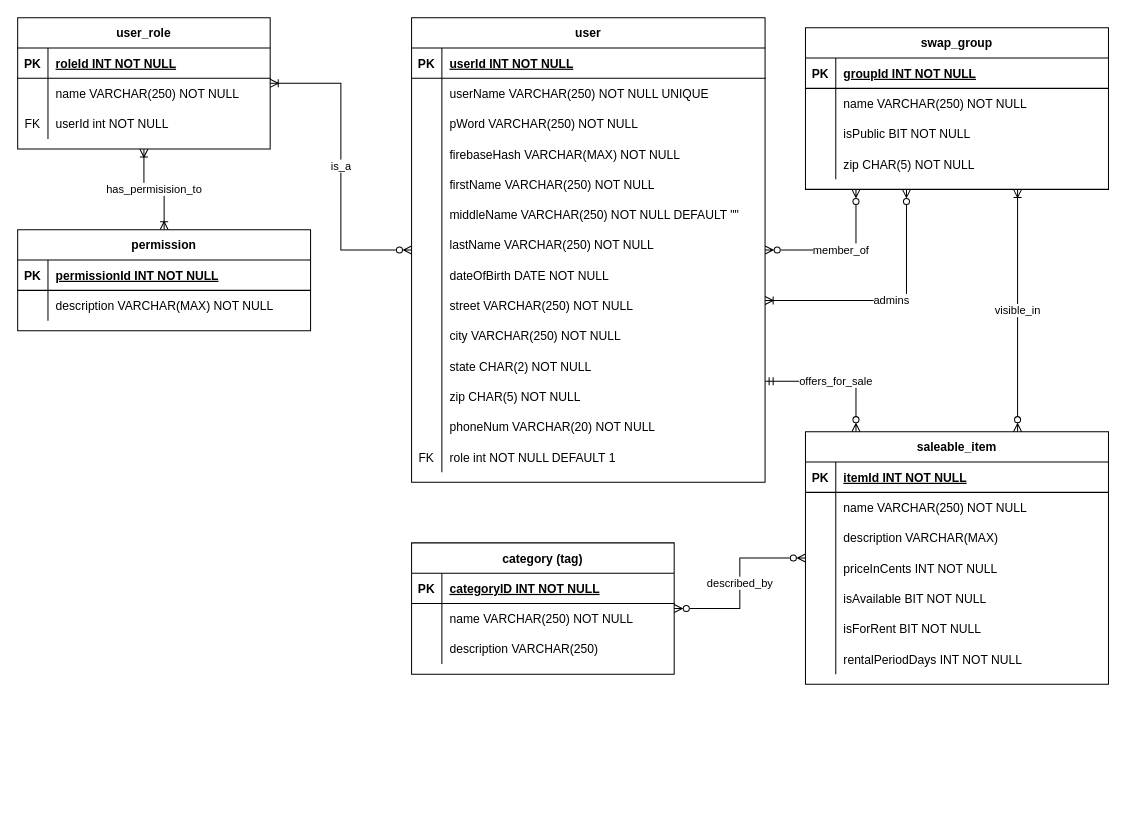
Before: page "Plan" (1 of 2) of ERD.drawio in DragoDan7786/CSC490SeniorProject, a draw.io diagram. Source tidied: cells renumbered, new cells numbered last; positions are measured from the earlier drawing's top-left corner, leaving out a move shared by most shapes. Both pictures are drawn from the tidied source at 101%, with x=0, y=0 at pixel (17, 17).
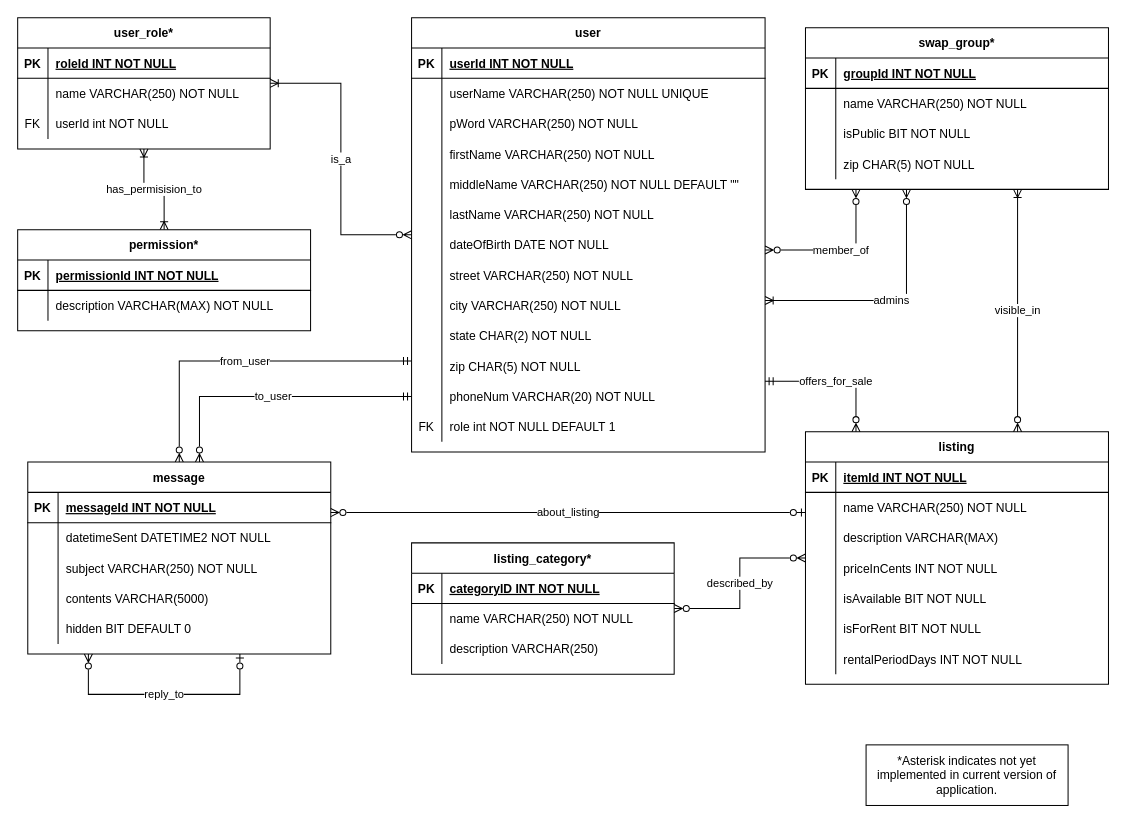
The same diagram, later.

Diff of the diagram source:
```diff
@@
-    <mxCell id="3" value="user_role" style="shape=table;startSize=30;childLayout=tableLayout;rowLines=0;fontStyle=1;align=center;" parent="1" vertex="1">
+    <mxCell id="3" value="user_role*" style="shape=table;startSize=30;childLayout=tableLayout;rowLines=0;fontStyle=1;align=center;" parent="1" vertex="1">
       <mxGeometry width="250" height="130" as="geometry" />
     </mxCell>
@@
-    <mxCell id="13" value="permission" style="shape=table;startSize=30;childLayout=tableLayout;rowLines=0;fontStyle=1;align=center;" parent="1" vertex="1">
+    <mxCell id="13" value="permission*" style="shape=table;startSize=30;childLayout=tableLayout;rowLines=0;fontStyle=1;align=center;" parent="1" vertex="1">
       <mxGeometry y="210" width="290" height="100" as="geometry" />
     </mxCell>
@@
     <mxCell id="22" value="user" style="shape=table;startSize=30;childLayout=tableLayout;rowLines=0;fontStyle=1;align=center;" parent="1" vertex="1">
-      <mxGeometry x="390" width="350" height="460" as="geometry" />
+      <mxGeometry x="390" width="350" height="430" as="geometry" />
     </mxCell>
@@
-    <mxCell id="32" style="shape=partialRectangle;fillColor=none;top=0;left=0;right=0;bottom=0;" parent="22" vertex="1">
-      <mxGeometry y="120" width="350" height="30" as="geometry" />
-    </mxCell>
-    <mxCell id="33" style="shape=partialRectangle;overflow=hidden;fillColor=none;top=0;left=0;bottom=0;right=0;" parent="32" vertex="1">
-      <mxGeometry width="30" height="30" as="geometry" />
-    </mxCell>
-    <mxCell id="34" value="firebaseHash VARCHAR(MAX) NOT NULL" style="shape=partialRectangle;overflow=hidden;fillColor=none;top=0;left=0;bottom=0;right=0;align=left;spacingLeft=6;" parent="32" vertex="1">
-      <mxGeometry x="30" width="320" height="30" as="geometry" />
-    </mxCell>
     <mxCell id="35" style="shape=partialRectangle;fillColor=none;top=0;left=0;right=0;bottom=0;" parent="22" vertex="1">
-      <mxGeometry y="150" width="350" height="30" as="geometry" />
+      <mxGeometry y="120" width="350" height="30" as="geometry" />
     </mxCell>
@@
     <mxCell id="38" style="shape=partialRectangle;fillColor=none;top=0;left=0;right=0;bottom=0;" parent="22" vertex="1">
-      <mxGeometry y="180" width="350" height="30" as="geometry" />
+      <mxGeometry y="150" width="350" height="30" as="geometry" />
     </mxCell>
@@
     <mxCell id="41" style="shape=partialRectangle;fillColor=none;top=0;left=0;right=0;bottom=0;" parent="22" vertex="1">
-      <mxGeometry y="210" width="350" height="30" as="geometry" />
+      <mxGeometry y="180" width="350" height="30" as="geometry" />
     </mxCell>
@@
     <mxCell id="44" style="shape=partialRectangle;fillColor=none;top=0;left=0;right=0;bottom=0;" parent="22" vertex="1">
-      <mxGeometry y="240" width="350" height="30" as="geometry" />
+      <mxGeometry y="210" width="350" height="30" as="geometry" />
     </mxCell>
@@
     <mxCell id="47" style="shape=partialRectangle;fillColor=none;top=0;left=0;right=0;bottom=0;" parent="22" vertex="1">
-      <mxGeometry y="270" width="350" height="30" as="geometry" />
+      <mxGeometry y="240" width="350" height="30" as="geometry" />
     </mxCell>
@@
     <mxCell id="50" style="shape=partialRectangle;fillColor=none;top=0;left=0;right=0;bottom=0;" parent="22" vertex="1">
-      <mxGeometry y="300" width="350" height="30" as="geometry" />
+      <mxGeometry y="270" width="350" height="30" as="geometry" />
     </mxCell>
@@
     <mxCell id="53" style="shape=partialRectangle;fillColor=none;top=0;left=0;right=0;bottom=0;" parent="22" vertex="1">
-      <mxGeometry y="330" width="350" height="30" as="geometry" />
+      <mxGeometry y="300" width="350" height="30" as="geometry" />
     </mxCell>
@@
     <mxCell id="56" style="shape=partialRectangle;fillColor=none;top=0;left=0;right=0;bottom=0;" parent="22" vertex="1">
-      <mxGeometry y="360" width="350" height="30" as="geometry" />
+      <mxGeometry y="330" width="350" height="30" as="geometry" />
     </mxCell>
@@
     <mxCell id="59" style="shape=partialRectangle;fillColor=none;top=0;left=0;right=0;bottom=0;" parent="22" vertex="1">
-      <mxGeometry y="390" width="350" height="30" as="geometry" />
+      <mxGeometry y="360" width="350" height="30" as="geometry" />
     </mxCell>
@@
     <mxCell id="62" style="shape=partialRectangle;fillColor=none;top=0;left=0;right=0;bottom=0;" parent="22" vertex="1">
-      <mxGeometry y="420" width="350" height="30" as="geometry" />
+      <mxGeometry y="390" width="350" height="30" as="geometry" />
     </mxCell>
@@
-    <mxCell id="66" value="saleable_item" style="shape=table;startSize=30;childLayout=tableLayout;rowLines=0;fontStyle=1;align=center;" parent="1" vertex="1">
+    <mxCell id="66" value="listing" style="shape=table;startSize=30;childLayout=tableLayout;rowLines=0;fontStyle=1;align=center;" parent="1" vertex="1">
       <mxGeometry x="780" y="410" width="300" height="250" as="geometry" />
     </mxCell>
@@
-    <mxCell id="88" value="swap_group" style="shape=table;startSize=30;childLayout=tableLayout;rowLines=0;fontStyle=1;align=center;" parent="1" vertex="1">
+    <mxCell id="88" value="swap_group*" style="shape=table;startSize=30;childLayout=tableLayout;rowLines=0;fontStyle=1;align=center;" parent="1" vertex="1">
       <mxGeometry x="780" y="10" width="300" height="160" as="geometry" />
     </mxCell>
@@
-    <mxCell id="103" value="category (tag)" style="shape=table;startSize=30;childLayout=tableLayout;rowLines=0;fontStyle=1;align=center;" parent="1" vertex="1">
+    <mxCell id="103" value="listing_category*" style="shape=table;startSize=30;childLayout=tableLayout;rowLines=0;fontStyle=1;align=center;" parent="1" vertex="1">
       <mxGeometry x="390" y="520" width="260" height="130" as="geometry" />
     </mxCell>
@@
+    <mxCell id="114" value="*Asterisk indicates not yet implemented in current version of application." style="rounded=0;whiteSpace=wrap;html=1;" parent="1" vertex="1">
+      <mxGeometry x="840" y="720" width="200" height="60" as="geometry" />
+    </mxCell>
+    <mxCell id="115" value="from_user" style="edgeStyle=orthogonalEdgeStyle;rounded=0;jettySize=auto;html=1;endArrow=ERmandOne;endFill=0;startArrow=ERzeroToMany;startFill=0;" parent="1" edge="1" source="118" target="22">
+      <mxGeometry relative="1" as="geometry">
+        <Array as="points">
+          <mxPoint x="160" y="340" />
+        </Array>
+      </mxGeometry>
+    </mxCell>
+    <mxCell id="116" value="to_user" style="edgeStyle=orthogonalEdgeStyle;rounded=0;jettySize=auto;html=1;endArrow=ERmandOne;endFill=0;startArrow=ERzeroToMany;startFill=0;" parent="1" edge="1" source="118" target="22">
+      <mxGeometry relative="1" as="geometry">
+        <Array as="points">
+          <mxPoint x="180" y="375" />
+        </Array>
+      </mxGeometry>
+    </mxCell>
+    <mxCell id="117" value="about_listing" style="edgeStyle=orthogonalEdgeStyle;rounded=0;jettySize=auto;html=1;endArrow=ERzeroToOne;endFill=0;startArrow=ERzeroToMany;startFill=0;" parent="1" edge="1" source="118" target="66">
+      <mxGeometry relative="1" as="geometry">
+        <Array as="points">
+          <mxPoint x="550" y="490" />
+          <mxPoint x="550" y="490" />
+        </Array>
+      </mxGeometry>
+    </mxCell>
+    <mxCell id="118" value="message" style="shape=table;startSize=30;childLayout=tableLayout;rowLines=0;fontStyle=1;align=center;" parent="1" vertex="1">
+      <mxGeometry x="10" y="440" width="300" height="190" as="geometry" />
+    </mxCell>
+    <mxCell id="119" style="shape=partialRectangle;fillColor=none;top=0;left=0;right=0;bottom=1;" parent="118" vertex="1">
+      <mxGeometry y="30" width="300" height="30" as="geometry" />
+    </mxCell>
+    <mxCell id="120" value="PK" style="shape=partialRectangle;overflow=hidden;fillColor=none;top=0;left=0;bottom=0;right=0;fontStyle=1;" parent="119" vertex="1">
+      <mxGeometry width="30" height="30" as="geometry" />
+    </mxCell>
+    <mxCell id="121" value="messageId INT NOT NULL " style="shape=partialRectangle;overflow=hidden;fillColor=none;top=0;left=0;bottom=0;right=0;align=left;spacingLeft=6;fontStyle=5;" parent="119" vertex="1">
+      <mxGeometry x="30" width="270" height="30" as="geometry" />
+    </mxCell>
+    <mxCell id="122" style="shape=partialRectangle;fillColor=none;top=0;left=0;right=0;bottom=0;" parent="118" vertex="1">
+      <mxGeometry y="60" width="300" height="30" as="geometry" />
+    </mxCell>
+    <mxCell id="123" style="shape=partialRectangle;overflow=hidden;fillColor=none;top=0;left=0;bottom=0;right=0;" parent="122" vertex="1">
+      <mxGeometry width="30" height="30" as="geometry" />
+    </mxCell>
+    <mxCell id="124" value="datetimeSent DATETIME2 NOT NULL" style="shape=partialRectangle;overflow=hidden;fillColor=none;top=0;left=0;bottom=0;right=0;align=left;spacingLeft=6;" parent="122" vertex="1">
+      <mxGeometry x="30" width="270" height="30" as="geometry" />
+    </mxCell>
+    <mxCell id="125" style="shape=partialRectangle;fillColor=none;top=0;left=0;right=0;bottom=0;" parent="118" vertex="1">
+      <mxGeometry y="90" width="300" height="30" as="geometry" />
+    </mxCell>
+    <mxCell id="126" style="shape=partialRectangle;overflow=hidden;fillColor=none;top=0;left=0;bottom=0;right=0;" parent="125" vertex="1">
+      <mxGeometry width="30" height="30" as="geometry" />
+    </mxCell>
+    <mxCell id="127" value="subject VARCHAR(250) NOT NULL" style="shape=partialRectangle;overflow=hidden;fillColor=none;top=0;left=0;bottom=0;right=0;align=left;spacingLeft=6;" parent="125" vertex="1">
+      <mxGeometry x="30" width="270" height="30" as="geometry" />
+    </mxCell>
+    <mxCell id="128" style="shape=partialRectangle;fillColor=none;top=0;left=0;right=0;bottom=0;" parent="118" vertex="1">
+      <mxGeometry y="120" width="300" height="30" as="geometry" />
+    </mxCell>
+    <mxCell id="129" style="shape=partialRectangle;overflow=hidden;fillColor=none;top=0;left=0;bottom=0;right=0;" parent="128" vertex="1">
+      <mxGeometry width="30" height="30" as="geometry" />
+    </mxCell>
+    <mxCell id="130" value="contents VARCHAR(5000)" style="shape=partialRectangle;overflow=hidden;fillColor=none;top=0;left=0;bottom=0;right=0;align=left;spacingLeft=6;" parent="128" vertex="1">
+      <mxGeometry x="30" width="270" height="30" as="geometry" />
+    </mxCell>
+    <mxCell id="131" style="shape=partialRectangle;fillColor=none;top=0;left=0;right=0;bottom=0;" parent="118" vertex="1">
+      <mxGeometry y="150" width="300" height="30" as="geometry" />
+    </mxCell>
+    <mxCell id="132" style="shape=partialRectangle;overflow=hidden;fillColor=none;top=0;left=0;bottom=0;right=0;" parent="131" vertex="1">
+      <mxGeometry width="30" height="30" as="geometry" />
+    </mxCell>
+    <mxCell id="133" value="hidden BIT DEFAULT 0" style="shape=partialRectangle;overflow=hidden;fillColor=none;top=0;left=0;bottom=0;right=0;align=left;spacingLeft=6;" parent="131" vertex="1">
+      <mxGeometry x="30" width="270" height="30" as="geometry" />
+    </mxCell>
+    <mxCell id="134" value="reply_to" style="edgeStyle=orthogonalEdgeStyle;rounded=0;orthogonalLoop=1;jettySize=auto;html=1;endArrow=ERzeroToOne;endFill=0;startArrow=ERzeroToMany;startFill=0;" parent="1" edge="1" source="118" target="118">
+      <mxGeometry relative="1" as="geometry">
+        <Array as="points">
+          <mxPoint x="70" y="670" />
+          <mxPoint x="220" y="670" />
+        </Array>
+      </mxGeometry>
+    </mxCell>
```
